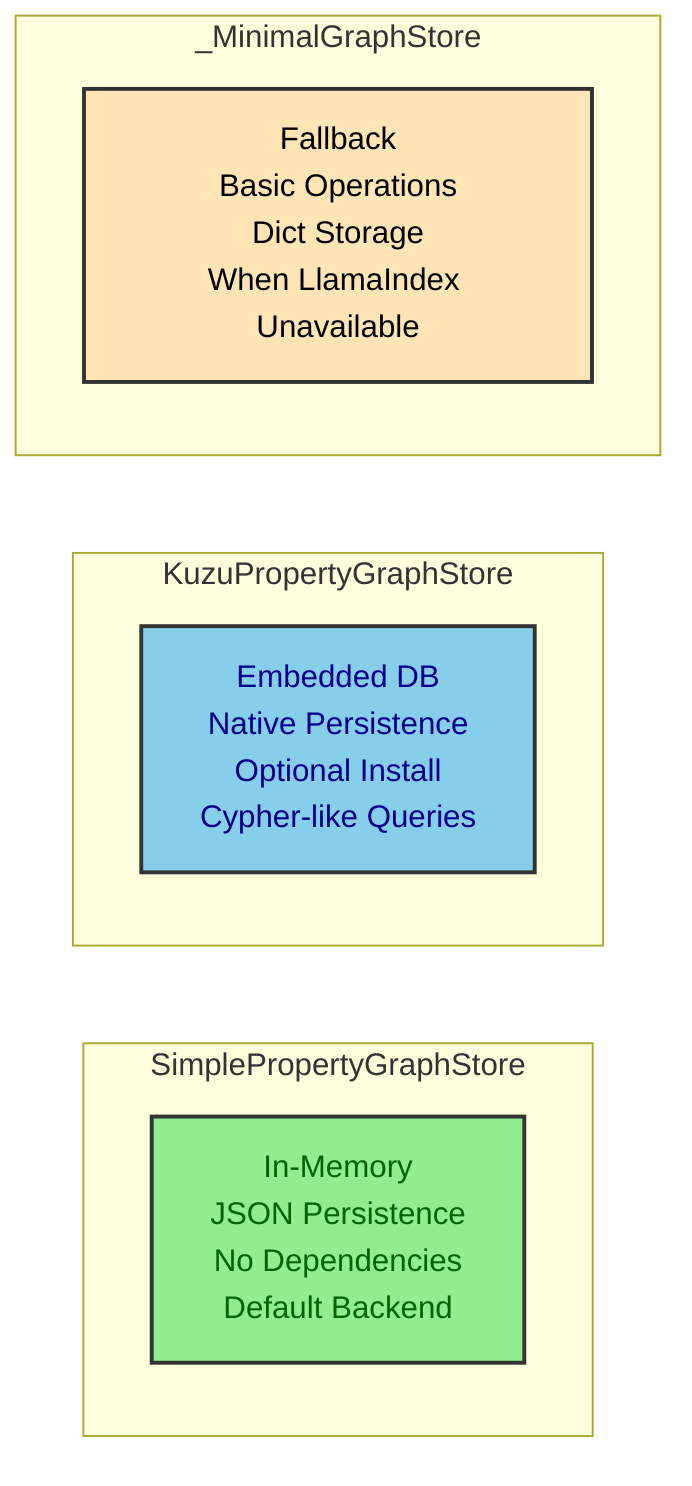
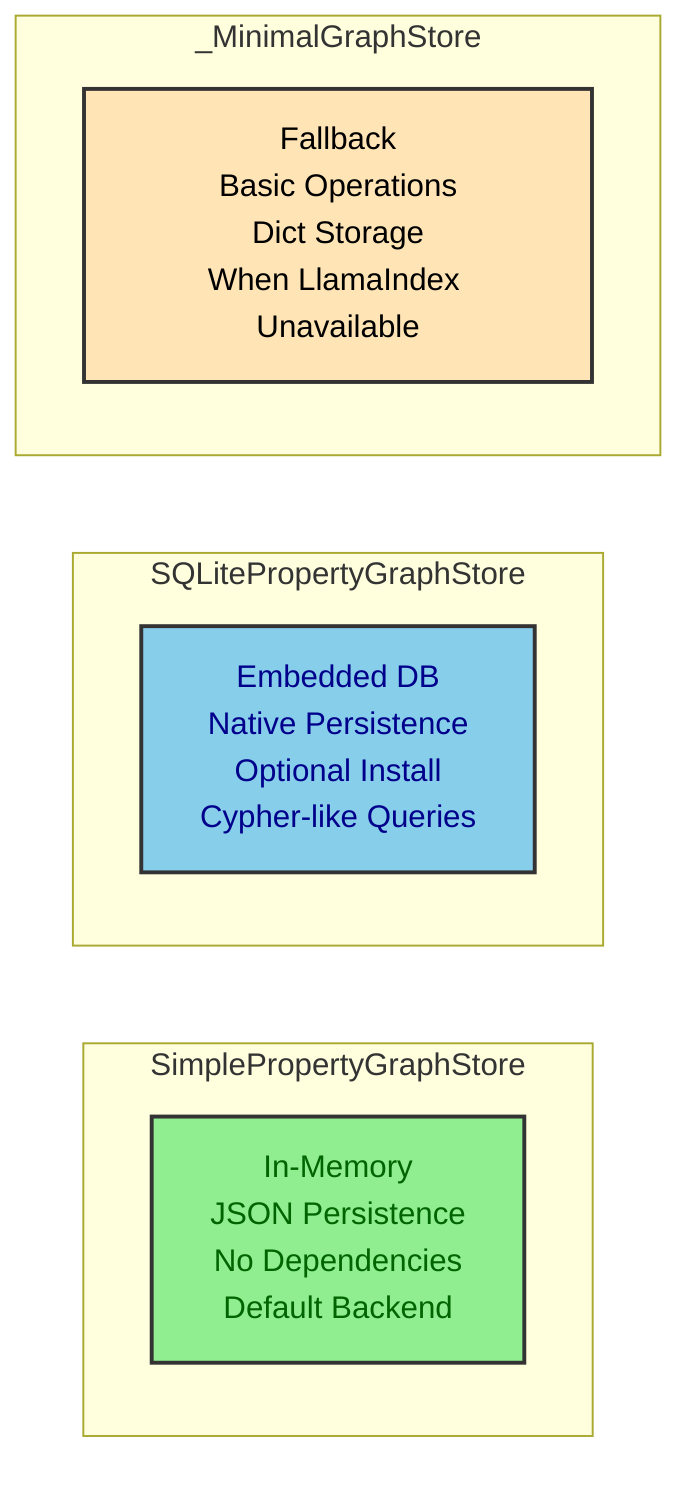
flowchart LR
    subgraph Simple["SimplePropertyGraphStore"]
        direction TB
        SFeatures["In-Memory<br/>JSON Persistence<br/>No Dependencies<br/>Default Backend"]
    end

-     subgraph Kuzu["KuzuPropertyGraphStore"]
+     subgraph SQLite["SQLitePropertyGraphStore"]
        direction TB
        KFeatures["Embedded DB<br/>Native Persistence<br/>Optional Install<br/>Cypher-like Queries"]
    end

    subgraph Minimal["_MinimalGraphStore"]
        direction TB
        MFeatures["Fallback<br/>Basic Operations<br/>Dict Storage<br/>When LlamaIndex Unavailable"]
    end

    classDef simple fill:#90EE90,stroke:#333,stroke-width:2px,color:darkgreen
-     classDef kuzu fill:#87CEEB,stroke:#333,stroke-width:2px,color:darkblue
+     classDef sqlite fill:#87CEEB,stroke:#333,stroke-width:2px,color:darkblue
    classDef minimal fill:#FFE4B5,stroke:#333,stroke-width:2px,color:black

    class SFeatures simple
-     class KFeatures kuzu
+     class KFeatures sqlite
    class MFeatures minimal